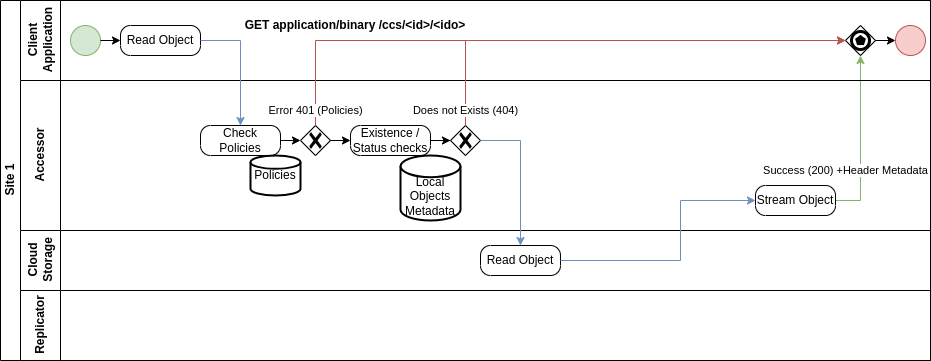
Before: ccs-doc/src/source/images/clone-cloud-store-diagram-Accessor-Read-Simple.drawio.png, a diagram exported from draw.io (fredericBregier/clone-cloud-store). Source tidied: cells renumbered, new cells last; positions are measured from the earlier drawing's top-left corner, leaving out a move shared by most shapes. The source it was exported from:
```xml
<mxGraphModel>
  <root>
    <mxCell id="0" />
    <mxCell id="1" parent="0" />
    <mxCell id="2" value="Site 1" style="swimlane;html=1;horizontal=0;startSize=20;" parent="1" vertex="1">
      <mxGeometry width="930" height="360" as="geometry" />
    </mxCell>
    <mxCell id="3" value="Client&lt;br&gt;Application" style="swimlane;html=1;startSize=40;horizontal=0;align=center;" parent="2" vertex="1">
      <mxGeometry x="20" width="910" height="80" as="geometry" />
    </mxCell>
    <mxCell id="4" style="points=[[0.145,0.145,0],[0.5,0,0],[0.855,0.145,0],[1,0.5,0],[0.855,0.855,0],[0.5,1,0],[0.145,0.855,0],[0,0.5,0]];shape=mxgraph.bpmn.event;html=1;verticalLabelPosition=bottom;labelBackgroundColor=#ffffff;verticalAlign=top;align=center;perimeter=ellipsePerimeter;outlineConnect=0;outline=standard;symbol=general;fillColor=#d5e8d4;strokeColor=#82b366;" parent="3" vertex="1">
      <mxGeometry x="50" y="25" width="30" height="30" as="geometry" />
    </mxCell>
    <mxCell id="5" value="Read Object" style="points=[[0.25,0,0],[0.5,0,0],[0.75,0,0],[1,0.25,0],[1,0.5,0],[1,0.75,0],[0.75,1,0],[0.5,1,0],[0.25,1,0],[0,0.75,0],[0,0.5,0],[0,0.25,0]];shape=mxgraph.bpmn.task;whiteSpace=wrap;rectStyle=rounded;size=10;html=1;taskMarker=abstract;" parent="3" vertex="1">
      <mxGeometry x="100" y="25" width="80" height="30" as="geometry" />
    </mxCell>
    <mxCell id="6" style="edgeStyle=orthogonalEdgeStyle;rounded=0;jettySize=auto;html=1;exitX=1;exitY=0.5;exitDx=0;exitDy=0;exitPerimeter=0;entryX=0;entryY=0.5;entryDx=0;entryDy=0;entryPerimeter=0;" parent="3" edge="1" source="4" target="5">
      <mxGeometry relative="1" as="geometry" />
    </mxCell>
    <mxCell id="7" style="points=[[0.25,0.25,0],[0.5,0,0],[0.75,0.25,0],[1,0.5,0],[0.75,0.75,0],[0.5,1,0],[0.25,0.75,0],[0,0.5,0]];shape=mxgraph.bpmn.gateway2;html=1;verticalLabelPosition=bottom;labelBackgroundColor=#ffffff;verticalAlign=top;align=center;perimeter=rhombusPerimeter;outlineConnect=0;outline=end;symbol=multiple;" parent="3" vertex="1">
      <mxGeometry x="825" y="25" width="30" height="30" as="geometry" />
    </mxCell>
    <mxCell id="8" style="points=[[0.145,0.145,0],[0.5,0,0],[0.855,0.145,0],[1,0.5,0],[0.855,0.855,0],[0.5,1,0],[0.145,0.855,0],[0,0.5,0]];shape=mxgraph.bpmn.event;html=1;verticalLabelPosition=bottom;labelBackgroundColor=#ffffff;verticalAlign=top;align=center;perimeter=ellipsePerimeter;outlineConnect=0;outline=standard;symbol=general;fillColor=#f8cecc;strokeColor=#b85450;" parent="3" vertex="1">
      <mxGeometry x="875" y="25" width="30" height="30" as="geometry" />
    </mxCell>
    <mxCell id="9" style="edgeStyle=orthogonalEdgeStyle;rounded=0;jettySize=auto;html=1;exitX=1;exitY=0.5;exitDx=0;exitDy=0;exitPerimeter=0;entryX=0;entryY=0.5;entryDx=0;entryDy=0;entryPerimeter=0;" parent="3" edge="1" source="7" target="8">
      <mxGeometry relative="1" as="geometry" />
    </mxCell>
    <mxCell id="10" value="Success (200) +Header Metadata" style="edgeStyle=orthogonalEdgeStyle;rounded=0;jettySize=auto;html=1;exitX=1;exitY=0.5;exitDx=0;exitDy=0;exitPerimeter=0;entryX=0.5;entryY=1;entryDx=0;entryDy=0;entryPerimeter=0;fillColor=#d5e8d4;strokeColor=#82b366;" parent="2" edge="1" source="21" target="7">
      <mxGeometry x="-0.35" y="15" relative="1" as="geometry" />
    </mxCell>
    <mxCell id="11" value="Accessor" style="swimlane;html=1;startSize=40;horizontal=0;" parent="2" vertex="1">
      <mxGeometry x="20" y="80" width="910" height="150" as="geometry" />
    </mxCell>
    <mxCell id="12" value="Check Policies" style="points=[[0.25,0,0],[0.5,0,0],[0.75,0,0],[1,0.25,0],[1,0.5,0],[1,0.75,0],[0.75,1,0],[0.5,1,0],[0.25,1,0],[0,0.75,0],[0,0.5,0],[0,0.25,0]];shape=mxgraph.bpmn.task;whiteSpace=wrap;rectStyle=rounded;size=10;html=1;taskMarker=abstract;" parent="11" vertex="1">
      <mxGeometry x="180" y="45" width="80" height="30" as="geometry" />
    </mxCell>
    <mxCell id="13" style="points=[[0.25,0.25,0],[0.5,0,0],[0.75,0.25,0],[1,0.5,0],[0.75,0.75,0],[0.5,1,0],[0.25,0.75,0],[0,0.5,0]];shape=mxgraph.bpmn.gateway2;html=1;verticalLabelPosition=bottom;labelBackgroundColor=#ffffff;verticalAlign=top;align=center;perimeter=rhombusPerimeter;outlineConnect=0;outline=none;symbol=none;gwType=exclusive;" parent="11" vertex="1">
      <mxGeometry x="280" y="45" width="30" height="30" as="geometry" />
    </mxCell>
    <mxCell id="14" style="edgeStyle=orthogonalEdgeStyle;rounded=0;jettySize=auto;html=1;exitX=1;exitY=0.5;exitDx=0;exitDy=0;exitPerimeter=0;entryX=0;entryY=0.5;entryDx=0;entryDy=0;entryPerimeter=0;" parent="11" edge="1" source="12" target="13">
      <mxGeometry relative="1" as="geometry" />
    </mxCell>
    <mxCell id="15" style="edgeStyle=orthogonalEdgeStyle;rounded=0;jettySize=auto;html=1;exitX=1;exitY=0.5;exitDx=0;exitDy=0;exitPerimeter=0;" parent="11" edge="1" source="16" target="18">
      <mxGeometry relative="1" as="geometry" />
    </mxCell>
    <mxCell id="16" value="Existence / Status checks" style="points=[[0.25,0,0],[0.5,0,0],[0.75,0,0],[1,0.25,0],[1,0.5,0],[1,0.75,0],[0.75,1,0],[0.5,1,0],[0.25,1,0],[0,0.75,0],[0,0.5,0],[0,0.25,0]];shape=mxgraph.bpmn.task;whiteSpace=wrap;rectStyle=rounded;size=10;html=1;taskMarker=abstract;" parent="11" vertex="1">
      <mxGeometry x="330" y="45" width="80" height="30" as="geometry" />
    </mxCell>
    <mxCell id="17" style="edgeStyle=orthogonalEdgeStyle;rounded=0;jettySize=auto;html=1;exitX=1;exitY=0.5;exitDx=0;exitDy=0;exitPerimeter=0;entryX=0;entryY=0.5;entryDx=0;entryDy=0;entryPerimeter=0;" parent="11" edge="1" source="13" target="16">
      <mxGeometry relative="1" as="geometry" />
    </mxCell>
    <mxCell id="18" style="points=[[0.25,0.25,0],[0.5,0,0],[0.75,0.25,0],[1,0.5,0],[0.75,0.75,0],[0.5,1,0],[0.25,0.75,0],[0,0.5,0]];shape=mxgraph.bpmn.gateway2;html=1;verticalLabelPosition=bottom;labelBackgroundColor=#ffffff;verticalAlign=top;align=center;perimeter=rhombusPerimeter;outlineConnect=0;outline=none;symbol=none;gwType=exclusive;" parent="11" vertex="1">
      <mxGeometry x="430" y="45" width="30" height="30" as="geometry" />
    </mxCell>
    <mxCell id="19" value="Policies" style="strokeWidth=2;html=1;shape=mxgraph.flowchart.database;whiteSpace=wrap;" parent="11" vertex="1">
      <mxGeometry x="230" y="75" width="50" height="40" as="geometry" />
    </mxCell>
    <mxCell id="20" value="Local Objects Metadata" style="strokeWidth=2;html=1;shape=mxgraph.flowchart.database;whiteSpace=wrap;verticalAlign=bottom;" parent="11" vertex="1">
      <mxGeometry x="380" y="75" width="60" height="65" as="geometry" />
    </mxCell>
    <mxCell id="21" value="Stream Object" style="points=[[0.25,0,0],[0.5,0,0],[0.75,0,0],[1,0.25,0],[1,0.5,0],[1,0.75,0],[0.75,1,0],[0.5,1,0],[0.25,1,0],[0,0.75,0],[0,0.5,0],[0,0.25,0]];shape=mxgraph.bpmn.task;whiteSpace=wrap;rectStyle=rounded;size=10;html=1;taskMarker=abstract;" parent="11" vertex="1">
      <mxGeometry x="735" y="105" width="80" height="30" as="geometry" />
    </mxCell>
    <mxCell id="22" value="Cloud&lt;br&gt;Storage" style="swimlane;html=1;startSize=40;horizontal=0;" parent="2" vertex="1">
      <mxGeometry x="20" y="230" width="910" height="60" as="geometry" />
    </mxCell>
    <mxCell id="23" value="Read Object" style="points=[[0.25,0,0],[0.5,0,0],[0.75,0,0],[1,0.25,0],[1,0.5,0],[1,0.75,0],[0.75,1,0],[0.5,1,0],[0.25,1,0],[0,0.75,0],[0,0.5,0],[0,0.25,0]];shape=mxgraph.bpmn.task;whiteSpace=wrap;rectStyle=rounded;size=10;html=1;taskMarker=abstract;" parent="22" vertex="1">
      <mxGeometry x="460" y="15" width="80" height="30" as="geometry" />
    </mxCell>
    <mxCell id="24" value="Replicator" style="swimlane;html=1;startSize=40;horizontal=0;" parent="2" vertex="1">
      <mxGeometry x="20" y="290" width="910" height="70" as="geometry" />
    </mxCell>
    <mxCell id="25" style="edgeStyle=orthogonalEdgeStyle;rounded=0;jettySize=auto;html=1;exitX=1;exitY=0.5;exitDx=0;exitDy=0;exitPerimeter=0;entryX=0.5;entryY=0;entryDx=0;entryDy=0;entryPerimeter=0;fillColor=#dae8fc;strokeColor=#6c8ebf;" parent="2" edge="1" source="5" target="12">
      <mxGeometry relative="1" as="geometry" />
    </mxCell>
    <mxCell id="26" value="Error 401 (Policies)" style="edgeStyle=orthogonalEdgeStyle;rounded=0;jettySize=auto;html=1;exitX=0.5;exitY=0;exitDx=0;exitDy=0;exitPerimeter=0;entryX=0;entryY=0.5;entryDx=0;entryDy=0;entryPerimeter=0;fillColor=#f8cecc;strokeColor=#b85450;" parent="2" edge="1" source="13" target="7">
      <mxGeometry x="-0.95" relative="1" as="geometry" />
    </mxCell>
    <mxCell id="27" style="edgeStyle=orthogonalEdgeStyle;rounded=0;jettySize=auto;html=1;exitX=1;exitY=0.5;exitDx=0;exitDy=0;exitPerimeter=0;fillColor=#dae8fc;strokeColor=#6c8ebf;entryX=0;entryY=0.5;entryDx=0;entryDy=0;entryPerimeter=0;" parent="2" edge="1" source="23" target="21">
      <mxGeometry relative="1" as="geometry">
        <Array as="points">
          <mxPoint x="680" y="260" />
          <mxPoint x="680" y="200" />
        </Array>
      </mxGeometry>
    </mxCell>
    <mxCell id="28" style="edgeStyle=orthogonalEdgeStyle;rounded=0;jettySize=auto;html=1;exitX=1;exitY=0.5;exitDx=0;exitDy=0;exitPerimeter=0;entryX=0.5;entryY=0;entryDx=0;entryDy=0;entryPerimeter=0;fillColor=#dae8fc;strokeColor=#6c8ebf;" parent="2" edge="1" source="18" target="23">
      <mxGeometry relative="1" as="geometry" />
    </mxCell>
    <mxCell id="29" style="edgeStyle=orthogonalEdgeStyle;rounded=0;orthogonalLoop=1;jettySize=auto;html=1;entryX=0.5;entryY=1;entryDx=0;entryDy=0;entryPerimeter=0;exitX=1;exitY=0.5;exitDx=0;exitDy=0;exitPerimeter=0;fillColor=#ffe6cc;strokeColor=#d79b00;" parent="2" edge="1">
      <mxGeometry relative="1" as="geometry">
        <mxPoint x="630" y="325" as="sourcePoint" />
      </mxGeometry>
    </mxCell>
    <mxCell id="30" value="Does not Exists (404)" style="edgeStyle=orthogonalEdgeStyle;rounded=0;jettySize=auto;html=1;exitX=0.5;exitY=0;exitDx=0;exitDy=0;exitPerimeter=0;entryX=0;entryY=0.5;entryDx=0;entryDy=0;entryPerimeter=0;fillColor=#f8cecc;strokeColor=#b85450;" parent="2" edge="1" source="18" target="7">
      <mxGeometry x="-0.94" relative="1" as="geometry" />
    </mxCell>
    <mxCell id="31" value="GET application/binary /ccs/&amp;lt;id&amp;gt;/&amp;lt;ido&amp;gt;" style="text;html=1;strokeColor=none;fillColor=none;align=center;verticalAlign=middle;whiteSpace=wrap;rounded=0;fontStyle=1;" parent="1" vertex="1">
      <mxGeometry x="200" y="10" width="310" height="30" as="geometry" />
    </mxCell>
  </root>
</mxGraphModel>
```
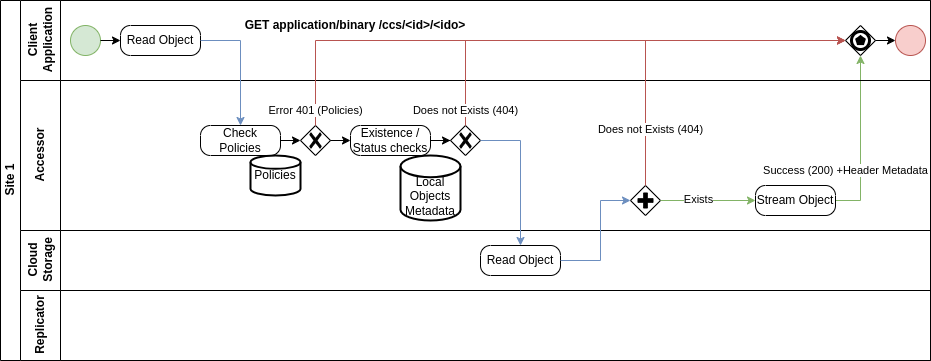
Later version of the same file.

Change to the diagram source:
```diff
@@ -62,6 +62,15 @@
     <mxCell id="21" value="Stream Object" style="points=[[0.25,0,0],[0.5,0,0],[0.75,0,0],[1,0.25,0],[1,0.5,0],[1,0.75,0],[0.75,1,0],[0.5,1,0],[0.25,1,0],[0,0.75,0],[0,0.5,0],[0,0.25,0]];shape=mxgraph.bpmn.task;whiteSpace=wrap;rectStyle=rounded;size=10;html=1;taskMarker=abstract;" parent="11" vertex="1">
       <mxGeometry x="735" y="105" width="80" height="30" as="geometry" />
     </mxCell>
+    <mxCell id="32" style="points=[[0.25,0.25,0],[0.5,0,0],[0.75,0.25,0],[1,0.5,0],[0.75,0.75,0],[0.5,1,0],[0.25,0.75,0],[0,0.5,0]];shape=mxgraph.bpmn.gateway2;html=1;verticalLabelPosition=bottom;labelBackgroundColor=#ffffff;verticalAlign=top;align=center;perimeter=rhombusPerimeter;outlineConnect=0;outline=none;symbol=none;gwType=parallel;" parent="11" vertex="1">
+      <mxGeometry x="610" y="105" width="30" height="30" as="geometry" />
+    </mxCell>
+    <mxCell id="33" style="edgeStyle=orthogonalEdgeStyle;rounded=0;jettySize=auto;html=1;exitX=1;exitY=0.5;exitDx=0;exitDy=0;exitPerimeter=0;entryX=0;entryY=0.5;entryDx=0;entryDy=0;entryPerimeter=0;fillColor=#d5e8d4;strokeColor=#82b366;" parent="11" edge="1" source="32" target="21">
+      <mxGeometry relative="1" as="geometry" />
+    </mxCell>
+    <mxCell id="34" value="Exists" style="edgeLabel;html=1;align=center;verticalAlign=middle;" parent="33" vertex="1">
+      <mxGeometry x="-0.22" y="2" relative="1" as="geometry" />
+    </mxCell>
     <mxCell id="22" value="Cloud&lt;br&gt;Storage" style="swimlane;html=1;startSize=40;horizontal=0;" parent="2" vertex="1">
       <mxGeometry x="20" y="230" width="910" height="60" as="geometry" />
     </mxCell>
@@ -77,11 +86,11 @@
     <mxCell id="26" value="Error 401 (Policies)" style="edgeStyle=orthogonalEdgeStyle;rounded=0;jettySize=auto;html=1;exitX=0.5;exitY=0;exitDx=0;exitDy=0;exitPerimeter=0;entryX=0;entryY=0.5;entryDx=0;entryDy=0;entryPerimeter=0;fillColor=#f8cecc;strokeColor=#b85450;" parent="2" edge="1" source="13" target="7">
       <mxGeometry x="-0.95" relative="1" as="geometry" />
     </mxCell>
-    <mxCell id="27" style="edgeStyle=orthogonalEdgeStyle;rounded=0;jettySize=auto;html=1;exitX=1;exitY=0.5;exitDx=0;exitDy=0;exitPerimeter=0;fillColor=#dae8fc;strokeColor=#6c8ebf;entryX=0;entryY=0.5;entryDx=0;entryDy=0;entryPerimeter=0;" parent="2" edge="1" source="23" target="21">
+    <mxCell id="27" style="edgeStyle=orthogonalEdgeStyle;rounded=0;jettySize=auto;html=1;exitX=1;exitY=0.5;exitDx=0;exitDy=0;exitPerimeter=0;fillColor=#dae8fc;strokeColor=#6c8ebf;entryX=0;entryY=0.5;entryDx=0;entryDy=0;entryPerimeter=0;" parent="2" edge="1" source="23" target="32">
       <mxGeometry relative="1" as="geometry">
         <Array as="points">
-          <mxPoint x="680" y="260" />
-          <mxPoint x="680" y="200" />
+          <mxPoint x="600" y="260" />
+          <mxPoint x="600" y="200" />
         </Array>
       </mxGeometry>
     </mxCell>
@@ -96,6 +105,12 @@
     <mxCell id="30" value="Does not Exists (404)" style="edgeStyle=orthogonalEdgeStyle;rounded=0;jettySize=auto;html=1;exitX=0.5;exitY=0;exitDx=0;exitDy=0;exitPerimeter=0;entryX=0;entryY=0.5;entryDx=0;entryDy=0;entryPerimeter=0;fillColor=#f8cecc;strokeColor=#b85450;" parent="2" edge="1" source="18" target="7">
       <mxGeometry x="-0.94" relative="1" as="geometry" />
     </mxCell>
+    <mxCell id="35" style="edgeStyle=orthogonalEdgeStyle;rounded=0;jettySize=auto;html=1;exitX=0.5;exitY=0;exitDx=0;exitDy=0;exitPerimeter=0;entryX=0;entryY=0.5;entryDx=0;entryDy=0;entryPerimeter=0;fillColor=#f8cecc;strokeColor=#b85450;" parent="2" edge="1" source="32" target="7">
+      <mxGeometry relative="1" as="geometry" />
+    </mxCell>
+    <mxCell id="36" value="Does not Exists (404)" style="edgeLabel;html=1;align=center;verticalAlign=middle;" parent="35" vertex="1">
+      <mxGeometry x="-0.67" y="-4" relative="1" as="geometry" />
+    </mxCell>
     <mxCell id="31" value="GET application/binary /ccs/&amp;lt;id&amp;gt;/&amp;lt;ido&amp;gt;" style="text;html=1;strokeColor=none;fillColor=none;align=center;verticalAlign=middle;whiteSpace=wrap;rounded=0;fontStyle=1;" parent="1" vertex="1">
       <mxGeometry x="200" y="10" width="310" height="30" as="geometry" />
     </mxCell>
```
